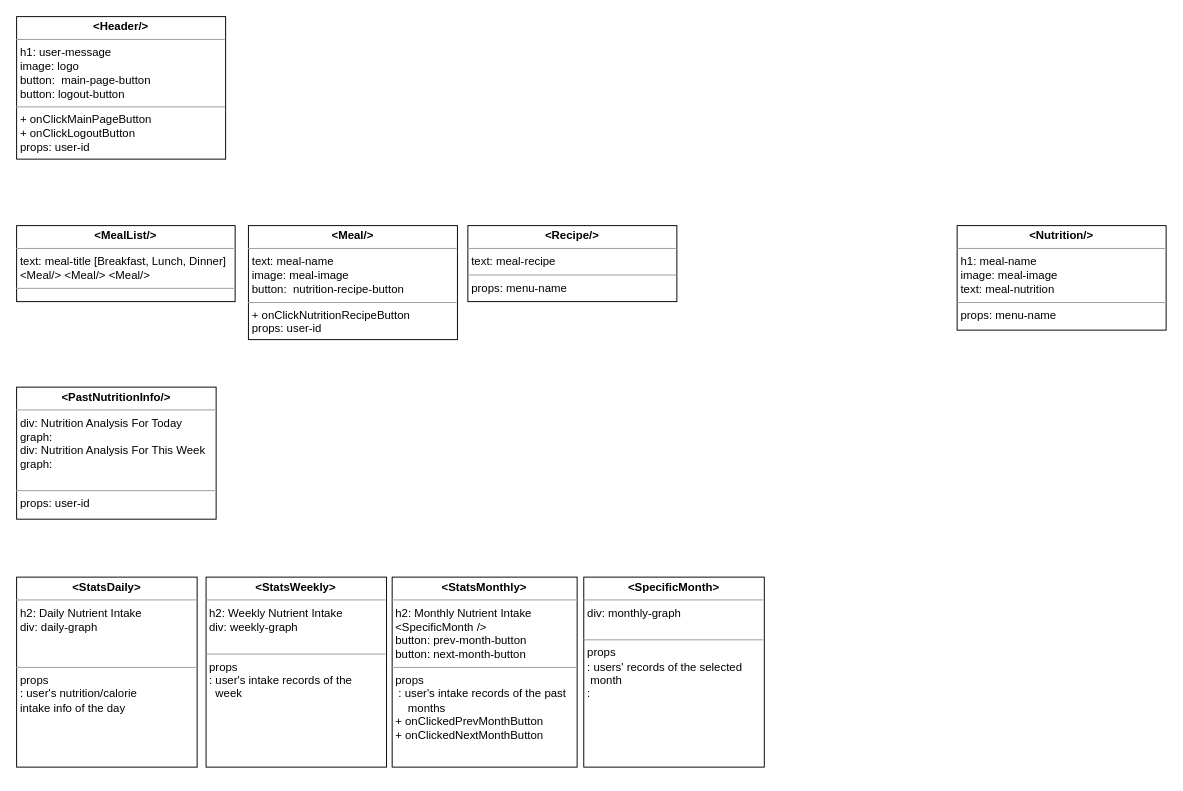
This is diagrams/Component Diagram.drawio from swsnu/swpp2021-team5, a draw.io file, before an edit. Source tidied: cells renumbered, new cells numbered last; positions are measured from the earlier drawing's top-left corner, leaving out a move shared by most shapes. Both pictures are drawn from the tidied source at 95%, with x=0, y=0 at pixel (16, 16).
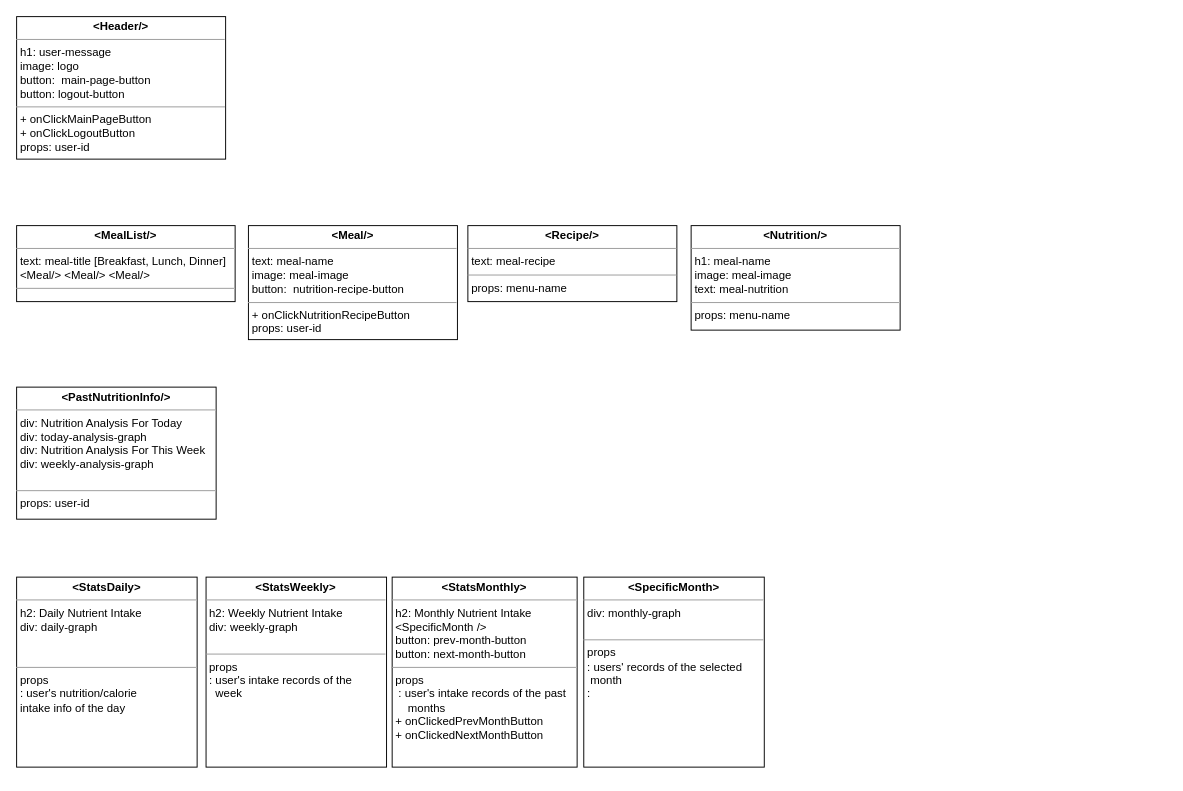
After the change.

Diff of the diagram source:
```diff
@@
 <mxGraphModel>
   <root>
     <mxCell id="0" />
     <mxCell id="1" parent="0" />
-    <mxCell id="2" value="&lt;p style=&quot;margin: 0px ; margin-top: 4px ; text-align: center&quot;&gt;&lt;b&gt;&amp;lt;PastNutritionInfo/&amp;gt;&lt;/b&gt;&lt;/p&gt;&lt;hr size=&quot;1&quot;&gt;&lt;p style=&quot;margin: 0px ; margin-left: 4px&quot;&gt;div: Nutrition Analysis For Today&lt;/p&gt;&lt;p style=&quot;margin: 0px ; margin-left: 4px&quot;&gt;graph:&amp;nbsp;&lt;/p&gt;&lt;p style=&quot;margin: 0px ; margin-left: 4px&quot;&gt;div: Nutrition Analysis For This Week&lt;/p&gt;&lt;p style=&quot;margin: 0px ; margin-left: 4px&quot;&gt;graph:&amp;nbsp;&lt;/p&gt;&lt;p style=&quot;margin: 0px ; margin-left: 4px&quot;&gt;&lt;br&gt;&lt;/p&gt;&lt;hr size=&quot;1&quot;&gt;&lt;p style=&quot;margin: 0px ; margin-left: 4px&quot;&gt;props: user-id&lt;/p&gt;" style="verticalAlign=top;align=left;overflow=fill;fontSize=12;fontFamily=Helvetica;html=1;rounded=0;shadow=0;comic=0;labelBackgroundColor=none;strokeWidth=1;" parent="1" vertex="1">
+    <mxCell id="2" value="&lt;p style=&quot;margin: 0px ; margin-top: 4px ; text-align: center&quot;&gt;&lt;b&gt;&amp;lt;PastNutritionInfo/&amp;gt;&lt;/b&gt;&lt;/p&gt;&lt;hr size=&quot;1&quot;&gt;&lt;p style=&quot;margin: 0px ; margin-left: 4px&quot;&gt;div: Nutrition Analysis For Today&lt;/p&gt;&lt;p style=&quot;margin: 0px ; margin-left: 4px&quot;&gt;div: today-analysis-graph&lt;/p&gt;&lt;p style=&quot;margin: 0px ; margin-left: 4px&quot;&gt;div: Nutrition Analysis For This Week&lt;/p&gt;&lt;p style=&quot;margin: 0px ; margin-left: 4px&quot;&gt;div: weekly-analysis-graph&lt;/p&gt;&lt;p style=&quot;margin: 0px ; margin-left: 4px&quot;&gt;&lt;br&gt;&lt;/p&gt;&lt;hr size=&quot;1&quot;&gt;&lt;p style=&quot;margin: 0px ; margin-left: 4px&quot;&gt;props: user-id&lt;/p&gt;" style="verticalAlign=top;align=left;overflow=fill;fontSize=12;fontFamily=Helvetica;html=1;rounded=0;shadow=0;comic=0;labelBackgroundColor=none;strokeWidth=1;" parent="1" vertex="1">
       <mxGeometry y="390" width="210" height="139" as="geometry" />
     </mxCell>
     <mxCell id="3" value="&lt;p style=&quot;margin: 0px ; margin-top: 4px ; text-align: center&quot;&gt;&lt;b&gt;&amp;lt;MealList/&amp;gt;&lt;/b&gt;&lt;/p&gt;&lt;hr size=&quot;1&quot;&gt;&lt;p style=&quot;margin: 0px ; margin-left: 4px&quot;&gt;text: meal-title [Breakfast, Lunch, Dinner]&lt;/p&gt;&lt;p style=&quot;margin: 0px ; margin-left: 4px&quot;&gt;&lt;span&gt;&amp;lt;Meal/&amp;gt; &amp;lt;Meal/&amp;gt; &amp;lt;Meal/&amp;gt;&lt;/span&gt;&lt;/p&gt;&lt;hr size=&quot;1&quot;&gt;&lt;p style=&quot;margin: 0px ; margin-left: 4px&quot;&gt;&lt;br&gt;&lt;/p&gt;" style="verticalAlign=top;align=left;overflow=fill;fontSize=12;fontFamily=Helvetica;html=1;rounded=0;shadow=0;comic=0;labelBackgroundColor=none;strokeWidth=1;" parent="1" vertex="1">
       <mxGeometry y="220" width="230" height="80" as="geometry" />
     </mxCell>
     <mxCell id="4" value="&lt;p style=&quot;margin: 0px ; margin-top: 4px ; text-align: center&quot;&gt;&lt;b&gt;&amp;lt;Meal/&amp;gt;&lt;/b&gt;&lt;/p&gt;&lt;hr size=&quot;1&quot;&gt;&lt;p style=&quot;margin: 0px ; margin-left: 4px&quot;&gt;&lt;span&gt;text: meal-name&lt;/span&gt;&lt;/p&gt;&lt;p style=&quot;margin: 0px ; margin-left: 4px&quot;&gt;image: meal-image&lt;/p&gt;&lt;p style=&quot;margin: 0px ; margin-left: 4px&quot;&gt;&lt;span&gt;button:&amp;nbsp;&amp;nbsp;&lt;/span&gt;&lt;span style=&quot;text-align: center&quot;&gt;nutrition-recipe-button&lt;/span&gt;&lt;br&gt;&lt;/p&gt;&lt;hr size=&quot;1&quot;&gt;&lt;p style=&quot;margin: 0px ; margin-left: 4px&quot;&gt;+ onClickNutritionRecipeButton&lt;/p&gt;&lt;p style=&quot;margin: 0px ; margin-left: 4px&quot;&gt;props: user-id&lt;/p&gt;" style="verticalAlign=top;align=left;overflow=fill;fontSize=12;fontFamily=Helvetica;html=1;rounded=0;shadow=0;comic=0;labelBackgroundColor=none;strokeWidth=1;" parent="1" vertex="1">
       <mxGeometry x="244" y="220" width="220" height="120" as="geometry" />
     </mxCell>
     <mxCell id="5" value="&lt;p style=&quot;margin: 0px ; margin-top: 4px ; text-align: center&quot;&gt;&lt;b&gt;&amp;lt;Recipe/&amp;gt;&lt;/b&gt;&lt;/p&gt;&lt;hr size=&quot;1&quot;&gt;&lt;p style=&quot;margin: 0px ; margin-left: 4px&quot;&gt;text: meal-recipe&lt;/p&gt;&lt;hr size=&quot;1&quot;&gt;&lt;p style=&quot;margin: 0px ; margin-left: 4px&quot;&gt;props: menu-name&lt;/p&gt;" style="verticalAlign=top;align=left;overflow=fill;fontSize=12;fontFamily=Helvetica;html=1;rounded=0;shadow=0;comic=0;labelBackgroundColor=none;strokeWidth=1;" parent="1" vertex="1">
       <mxGeometry x="475" y="220" width="220" height="80" as="geometry" />
     </mxCell>
     <mxCell id="6" value="&lt;p style=&quot;margin: 0px ; margin-top: 4px ; text-align: center&quot;&gt;&lt;b&gt;&amp;lt;Nutrition/&amp;gt;&lt;/b&gt;&lt;/p&gt;&lt;hr size=&quot;1&quot;&gt;&lt;p style=&quot;margin: 0px ; margin-left: 4px&quot;&gt;h1: meal-name&lt;/p&gt;&lt;p style=&quot;margin: 0px ; margin-left: 4px&quot;&gt;&lt;span&gt;image: meal-image&lt;/span&gt;&lt;/p&gt;&lt;p style=&quot;margin: 0px ; margin-left: 4px&quot;&gt;&lt;span&gt;text: meal-nutrition&lt;br&gt;&lt;/span&gt;&lt;/p&gt;&lt;hr size=&quot;1&quot;&gt;&lt;p style=&quot;margin: 0px ; margin-left: 4px&quot;&gt;props: menu-name&lt;/p&gt;" style="verticalAlign=top;align=left;overflow=fill;fontSize=12;fontFamily=Helvetica;html=1;rounded=0;shadow=0;comic=0;labelBackgroundColor=none;strokeWidth=1;" parent="1" vertex="1">
-      <mxGeometry x="990" y="220" width="220" height="110" as="geometry" />
+      <mxGeometry x="710" y="220" width="220" height="110" as="geometry" />
     </mxCell>
     <mxCell id="7" value="&lt;p style=&quot;margin: 0px ; margin-top: 4px ; text-align: center&quot;&gt;&lt;b&gt;&amp;lt;Header/&amp;gt;&lt;/b&gt;&lt;/p&gt;&lt;hr size=&quot;1&quot;&gt;&lt;p style=&quot;margin: 0px ; margin-left: 4px&quot;&gt;h1: user-message&lt;/p&gt;&lt;p style=&quot;margin: 0px ; margin-left: 4px&quot;&gt;image: logo&lt;/p&gt;&lt;p style=&quot;margin: 0px ; margin-left: 4px&quot;&gt;&lt;span&gt;button:&amp;nbsp;&amp;nbsp;&lt;/span&gt;&lt;span style=&quot;text-align: center&quot;&gt;main-page-button&lt;/span&gt;&lt;br&gt;&lt;/p&gt;&lt;p style=&quot;margin: 0px ; margin-left: 4px&quot;&gt;&lt;span style=&quot;text-align: center&quot;&gt;button: logout-button&lt;/span&gt;&lt;/p&gt;&lt;hr size=&quot;1&quot;&gt;&lt;p style=&quot;margin: 0px ; margin-left: 4px&quot;&gt;+ onClickMainPageButton&lt;/p&gt;&lt;p style=&quot;margin: 0px ; margin-left: 4px&quot;&gt;+ onClickLogoutButton&lt;/p&gt;&lt;p style=&quot;margin: 0px ; margin-left: 4px&quot;&gt;props: user-id&lt;/p&gt;" style="verticalAlign=top;align=left;overflow=fill;fontSize=12;fontFamily=Helvetica;html=1;rounded=0;shadow=0;comic=0;labelBackgroundColor=none;strokeWidth=1;" parent="1" vertex="1">
       <mxGeometry width="220" height="150" as="geometry" />
     </mxCell>
     <mxCell id="8" value="&lt;p style=&quot;margin: 0px ; margin-top: 4px ; text-align: center&quot;&gt;&lt;b&gt;&amp;lt;StatsDaily&amp;gt;&lt;/b&gt;&lt;/p&gt;&lt;hr size=&quot;1&quot;&gt;&lt;p style=&quot;margin: 0px ; margin-left: 4px&quot;&gt;h2: Daily Nutrient Intake&lt;br&gt;&lt;/p&gt;&lt;p style=&quot;margin: 0px ; margin-left: 4px&quot;&gt;div: daily-graph&lt;/p&gt;&lt;p style=&quot;margin: 0px ; margin-left: 4px&quot;&gt;&amp;nbsp;&lt;/p&gt;&lt;p style=&quot;margin: 0px ; margin-left: 4px&quot;&gt;&lt;br&gt;&lt;/p&gt;&lt;hr size=&quot;1&quot;&gt;&lt;p style=&quot;margin: 0px ; margin-left: 4px&quot;&gt;props&lt;/p&gt;&lt;p style=&quot;margin: 0px ; margin-left: 4px&quot;&gt;: user's nutrition/calorie&lt;/p&gt;&lt;p style=&quot;margin: 0px ; margin-left: 4px&quot;&gt;intake info of the day&lt;/p&gt;&lt;p style=&quot;margin: 0px ; margin-left: 4px&quot;&gt;&lt;br&gt;&lt;/p&gt;" style="verticalAlign=top;align=left;overflow=fill;fontSize=12;fontFamily=Helvetica;html=1;rounded=0;shadow=0;comic=0;labelBackgroundColor=none;strokeWidth=1;" parent="1" vertex="1">
       <mxGeometry y="590" width="190" height="200" as="geometry" />
     </mxCell>
     <mxCell id="9" value="&lt;p style=&quot;margin: 0px ; margin-top: 4px ; text-align: center&quot;&gt;&lt;b&gt;&amp;lt;StatsWeekly&amp;gt;&lt;/b&gt;&lt;/p&gt;&lt;hr size=&quot;1&quot;&gt;&lt;p style=&quot;margin: 0px ; margin-left: 4px&quot;&gt;h2: Weekly Nutrient Intake&lt;br&gt;&lt;/p&gt;&lt;p style=&quot;margin: 0px ; margin-left: 4px&quot;&gt;div: weekly-graph&lt;br&gt;&lt;/p&gt;&lt;p style=&quot;margin: 0px ; margin-left: 4px&quot;&gt;&lt;br&gt;&lt;/p&gt;&lt;hr size=&quot;1&quot;&gt;&lt;p style=&quot;margin: 0px ; margin-left: 4px&quot;&gt;props&lt;/p&gt;&lt;p style=&quot;margin: 0px ; margin-left: 4px&quot;&gt;: user's intake records of the&lt;/p&gt;&lt;p style=&quot;margin: 0px ; margin-left: 4px&quot;&gt;&amp;nbsp; week&lt;br&gt;&lt;/p&gt;" style="verticalAlign=top;align=left;overflow=fill;fontSize=12;fontFamily=Helvetica;html=1;rounded=0;shadow=0;comic=0;labelBackgroundColor=none;strokeWidth=1;" parent="1" vertex="1">
       <mxGeometry x="199.4" y="590" width="190" height="200" as="geometry" />
     </mxCell>
     <mxCell id="10" value="&lt;p style=&quot;margin: 0px ; margin-top: 4px ; text-align: center&quot;&gt;&lt;b&gt;&amp;lt;StatsMonthly&amp;gt;&lt;/b&gt;&lt;/p&gt;&lt;hr size=&quot;1&quot;&gt;&lt;p style=&quot;margin: 0px ; margin-left: 4px&quot;&gt;h2: Monthly Nutrient Intake&amp;nbsp;&lt;br&gt;&lt;/p&gt;&lt;p style=&quot;margin: 0px ; margin-left: 4px&quot;&gt;&amp;lt;SpecificMonth /&amp;gt;&lt;/p&gt;&lt;p style=&quot;margin: 0px ; margin-left: 4px&quot;&gt;button: prev-month-button&lt;/p&gt;&lt;p style=&quot;margin: 0px ; margin-left: 4px&quot;&gt;button: next-month-button&lt;/p&gt;&lt;hr size=&quot;1&quot;&gt;&lt;p style=&quot;margin: 0px 0px 0px 4px&quot;&gt;props&lt;/p&gt;&lt;p style=&quot;margin: 0px 0px 0px 4px&quot;&gt;&amp;nbsp;: user's intake records of the past&lt;/p&gt;&lt;p style=&quot;margin: 0px 0px 0px 4px&quot;&gt;&amp;nbsp; &amp;nbsp; months&lt;/p&gt;&lt;p style=&quot;margin: 0px 0px 0px 4px&quot;&gt;+ onClickedPrevMonthButton&lt;/p&gt;&lt;p style=&quot;margin: 0px 0px 0px 4px&quot;&gt;+ onClickedNextMonthButton&lt;/p&gt;" style="verticalAlign=top;align=left;overflow=fill;fontSize=12;fontFamily=Helvetica;html=1;rounded=0;shadow=0;comic=0;labelBackgroundColor=none;strokeWidth=1;" parent="1" vertex="1">
       <mxGeometry x="395.3" y="590" width="194.7" height="200" as="geometry" />
     </mxCell>
     <mxCell id="11" style="edgeStyle=orthogonalEdgeStyle;rounded=0;orthogonalLoop=1;jettySize=auto;html=1;exitX=0.5;exitY=1;exitDx=0;exitDy=0;" parent="1" edge="1" source="9" target="9">
       <mxGeometry relative="1" as="geometry" />
     </mxCell>
     <mxCell id="12" value="&lt;p style=&quot;margin: 0px ; margin-top: 4px ; text-align: center&quot;&gt;&lt;b&gt;&amp;lt;SpecificMonth&amp;gt;&lt;/b&gt;&lt;/p&gt;&lt;hr size=&quot;1&quot;&gt;&lt;p style=&quot;margin: 0px ; margin-left: 4px&quot;&gt;&lt;span&gt;div: monthly-graph&lt;/span&gt;&lt;br&gt;&lt;/p&gt;&lt;p style=&quot;margin: 0px ; margin-left: 4px&quot;&gt;&lt;br&gt;&lt;/p&gt;&lt;hr size=&quot;1&quot;&gt;&lt;p style=&quot;margin: 0px ; margin-left: 4px&quot;&gt;props&lt;/p&gt;&lt;p style=&quot;margin: 0px ; margin-left: 4px&quot;&gt;: users' records of the selected&lt;/p&gt;&lt;p style=&quot;margin: 0px ; margin-left: 4px&quot;&gt;&amp;nbsp;month&lt;/p&gt;&lt;p style=&quot;margin: 0px ; margin-left: 4px&quot;&gt;:&amp;nbsp;&lt;/p&gt;" style="verticalAlign=top;align=left;overflow=fill;fontSize=12;fontFamily=Helvetica;html=1;rounded=0;shadow=0;comic=0;labelBackgroundColor=none;strokeWidth=1;" parent="1" vertex="1">
       <mxGeometry x="597" y="590" width="190" height="200" as="geometry" />
     </mxCell>
   </root>
 </mxGraphModel>
```
